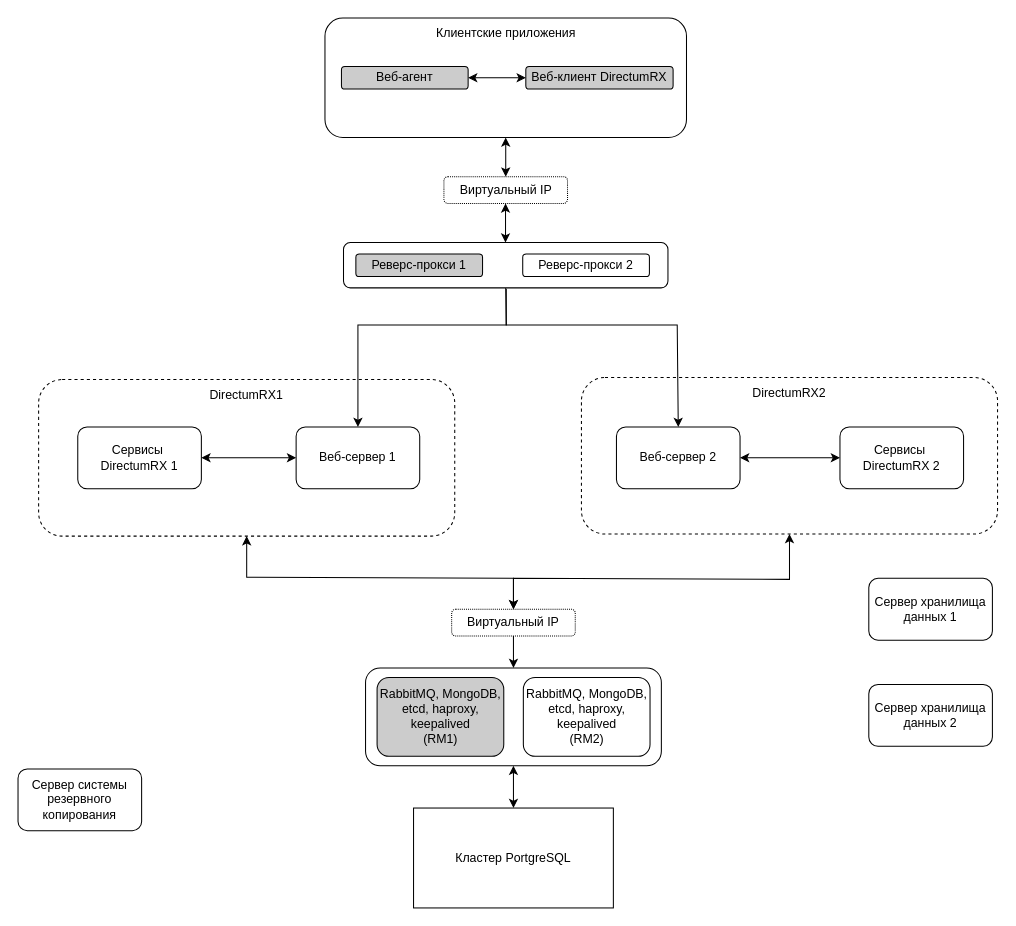
Earlier version of the draw.io diagram Alpha.drawio (RGNGIT/acl-server). Source tidied: cells renumbered, new cells numbered last; positions are measured from the earlier drawing's top-left corner, leaving out a move shared by most shapes. Both pictures are drawn from the tidied source at 103%, with x=0, y=0 at pixel (18, 18).
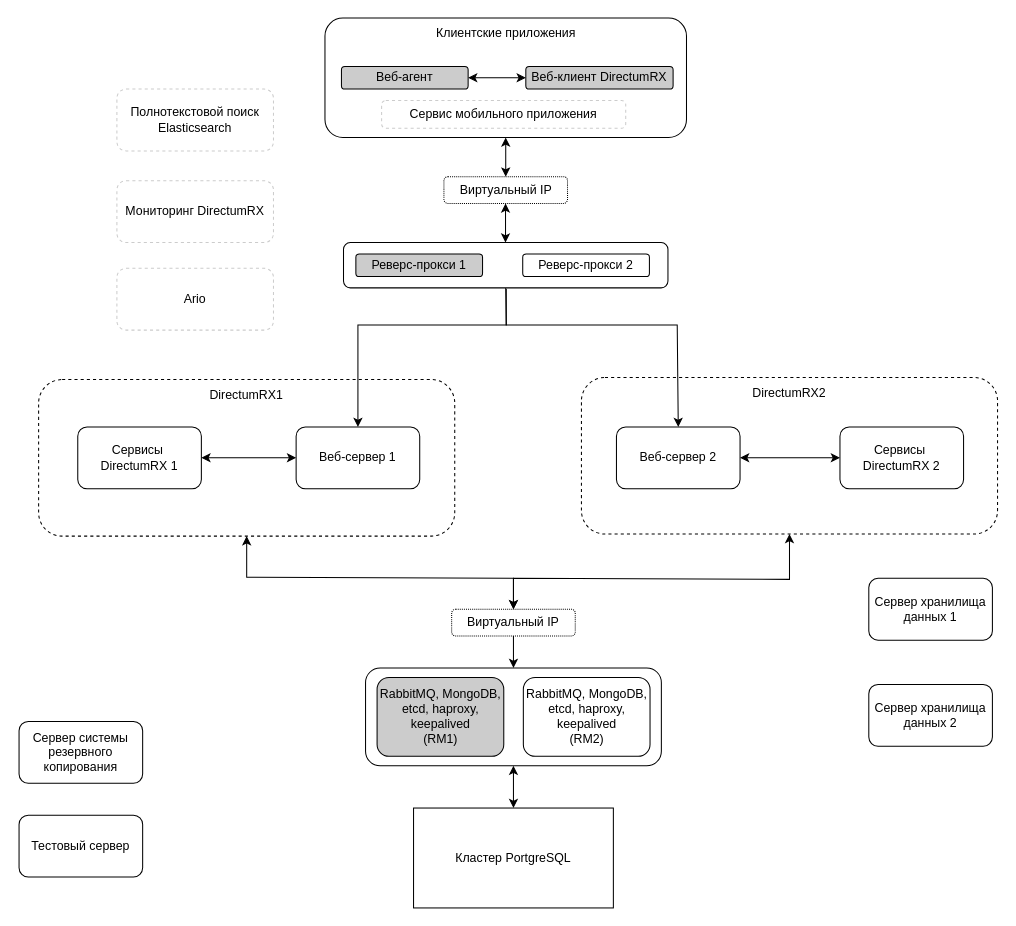
After the change.

Change to the diagram source:
```diff
@@
     <mxCell id="34" value="Сервер системы резервного копирования" style="rounded=1;whiteSpace=wrap;html=1;" parent="1" vertex="1">
-      <mxGeometry y="729" width="120" height="60" as="geometry" />
+      <mxGeometry x="1" y="683" width="120" height="60" as="geometry" />
     </mxCell>
@@
+    <mxCell id="37" value="Сервис мобильного приложения" style="rounded=1;whiteSpace=wrap;html=1;dashed=1;strokeColor=#CCCCCC;" parent="1" vertex="1">
+      <mxGeometry x="353" y="80" width="237" height="27" as="geometry" />
+    </mxCell>
+    <mxCell id="38" value="Полнотекстовой поиск Elasticsearch" style="rounded=1;whiteSpace=wrap;html=1;dashed=1;strokeColor=#CCCCCC;" parent="1" vertex="1">
+      <mxGeometry x="96" y="69" width="152" height="60" as="geometry" />
+    </mxCell>
+    <mxCell id="39" value="Мониторинг DirectumRX" style="rounded=1;whiteSpace=wrap;html=1;dashed=1;strokeColor=#CCCCCC;" parent="1" vertex="1">
+      <mxGeometry x="96" y="158" width="152" height="60" as="geometry" />
+    </mxCell>
+    <mxCell id="40" value="Ario" style="rounded=1;whiteSpace=wrap;html=1;dashed=1;strokeColor=#CCCCCC;" parent="1" vertex="1">
+      <mxGeometry x="96" y="243" width="152" height="60" as="geometry" />
+    </mxCell>
+    <mxCell id="41" value="Тестовый сервер" style="rounded=1;whiteSpace=wrap;html=1;" parent="1" vertex="1">
+      <mxGeometry x="1" y="774" width="120" height="60" as="geometry" />
+    </mxCell>
```
